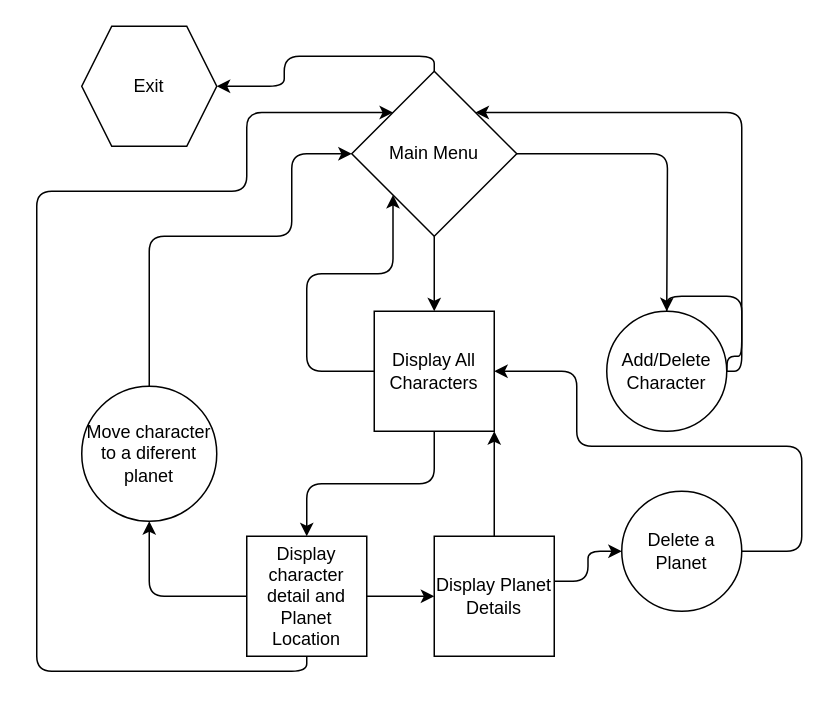
Earlier version of the draw.io diagram StarWars-nav-flow.drawio (mbeale210/python-p3-v2-final-project-template). Source tidied: cells renumbered, new cells numbered last; positions are measured from the earlier drawing's top-left corner, leaving out a move shared by most shapes. Both pictures are drawn from the tidied source at 150%, with x=0, y=0 at pixel (36, 26).
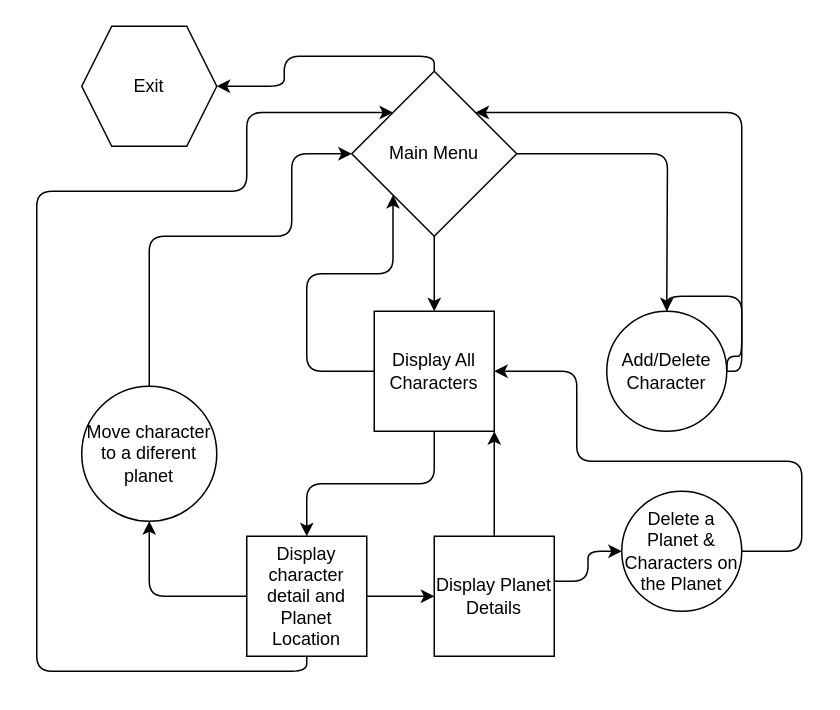
After the change.

Unchanged cells that the change refers to:
```xml
<mxCell id="8" value="Display All Characters" style="whiteSpace=wrap;html=1;" parent="1" vertex="1">
  <mxGeometry x="225" y="190" width="80" height="80" as="geometry" />
</mxCell>
```

What changed in the source:
```diff
@@
     <mxCell id="22" style="edgeStyle=orthogonalEdgeStyle;html=1;exitX=0;exitY=0.5;exitDx=0;exitDy=0;entryX=1;entryY=0.5;entryDx=0;entryDy=0;" parent="1" edge="1" source="23" target="8">
       <mxGeometry relative="1" as="geometry">
         <Array as="points">
-          <mxPoint x="510" y="280" />
-          <mxPoint x="360" y="280" />
+          <mxPoint x="510" y="350" />
+          <mxPoint x="510" y="290" />
+          <mxPoint x="360" y="290" />
           <mxPoint x="360" y="230" />
         </Array>
       </mxGeometry>
     </mxCell>
-    <mxCell id="23" value="Delete a Planet" style="ellipse;whiteSpace=wrap;html=1;" parent="1" vertex="1">
+    <mxCell id="23" value="Delete a Planet &amp;amp; Characters on the Planet" style="ellipse;whiteSpace=wrap;html=1;" parent="1" vertex="1">
       <mxGeometry x="390" y="310" width="80" height="80" as="geometry" />
     </mxCell>
```
